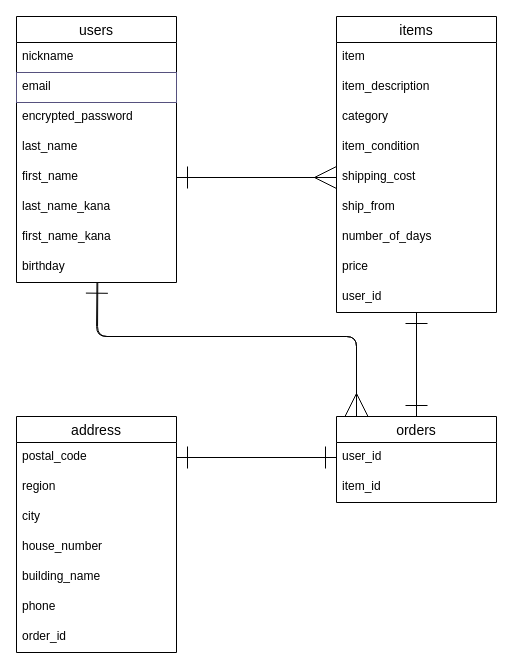
This is ER.dio from hiromiromi/furima-41337, a draw.io file, before an edit. Source tidied: cells renumbered, new cells numbered last; positions are measured from the earlier drawing's top-left corner, leaving out a move shared by most shapes. Both pictures are drawn from the tidied source at 100%, with x=0, y=0 at pixel (16, 16).
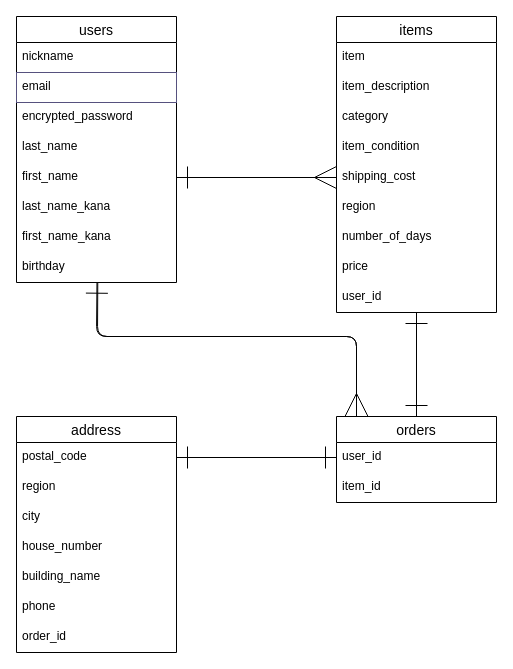
Above is the later version.

Unchanged cells that the change refers to:
```xml
<mxCell id="11" value="items" style="swimlane;fontStyle=0;horizontal=1;startSize=26;align=center;fontSize=14;" parent="1" vertex="1">
  <mxGeometry x="320" width="160" height="296" as="geometry" />
</mxCell>
```

Diff of the diagram source:
```diff
@@
-    <mxCell id="17" value="ship_from" style="text;strokeColor=none;fillColor=none;spacingLeft=4;spacingRight=4;overflow=hidden;fontSize=12;" parent="11" vertex="1">
+    <mxCell id="17" value="region" style="text;strokeColor=none;fillColor=none;spacingLeft=4;spacingRight=4;overflow=hidden;fontSize=12;" parent="11" vertex="1">
       <mxGeometry y="176" width="160" height="30" as="geometry" />
     </mxCell>
```
